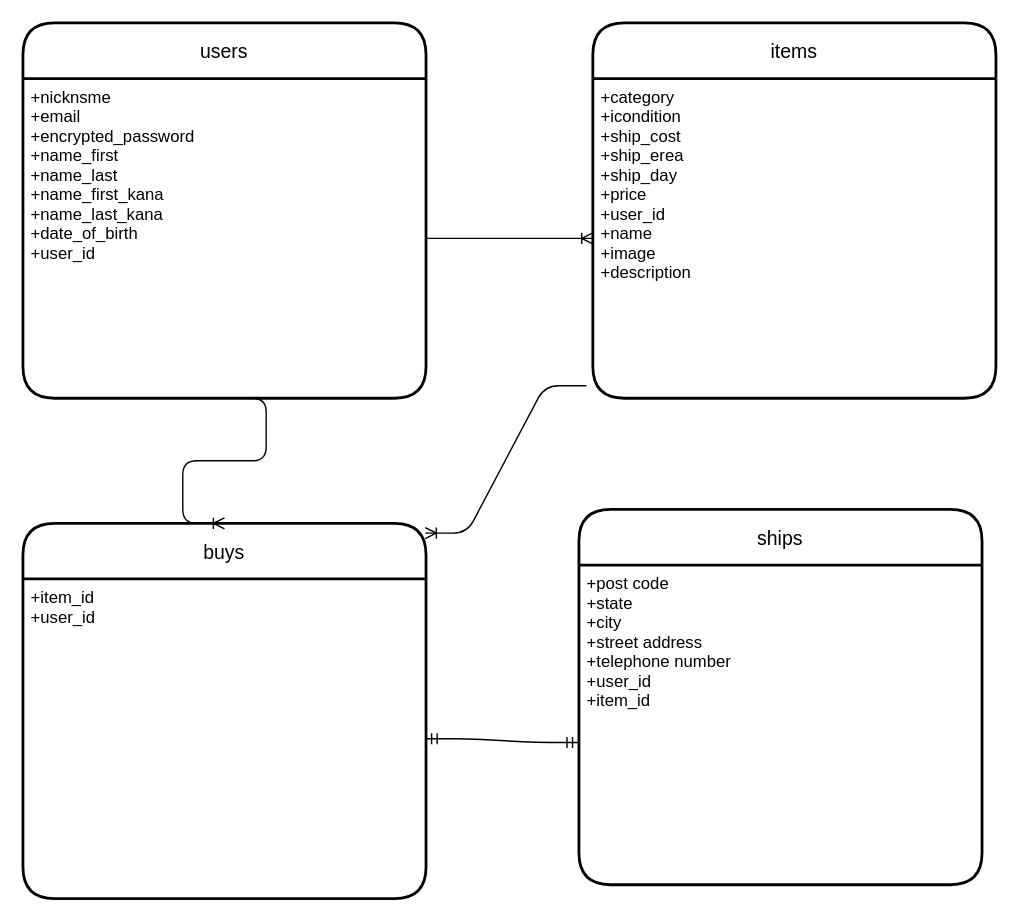
Before: furima.dio in komashige/furima-39825-k, a draw.io diagram. Source tidied: cells renumbered, new cells numbered last; positions are measured from the earlier drawing's top-left corner, leaving out a move shared by most shapes. Both pictures are drawn from the tidied source at 139%, with x=0, y=0 at pixel (22, 22).
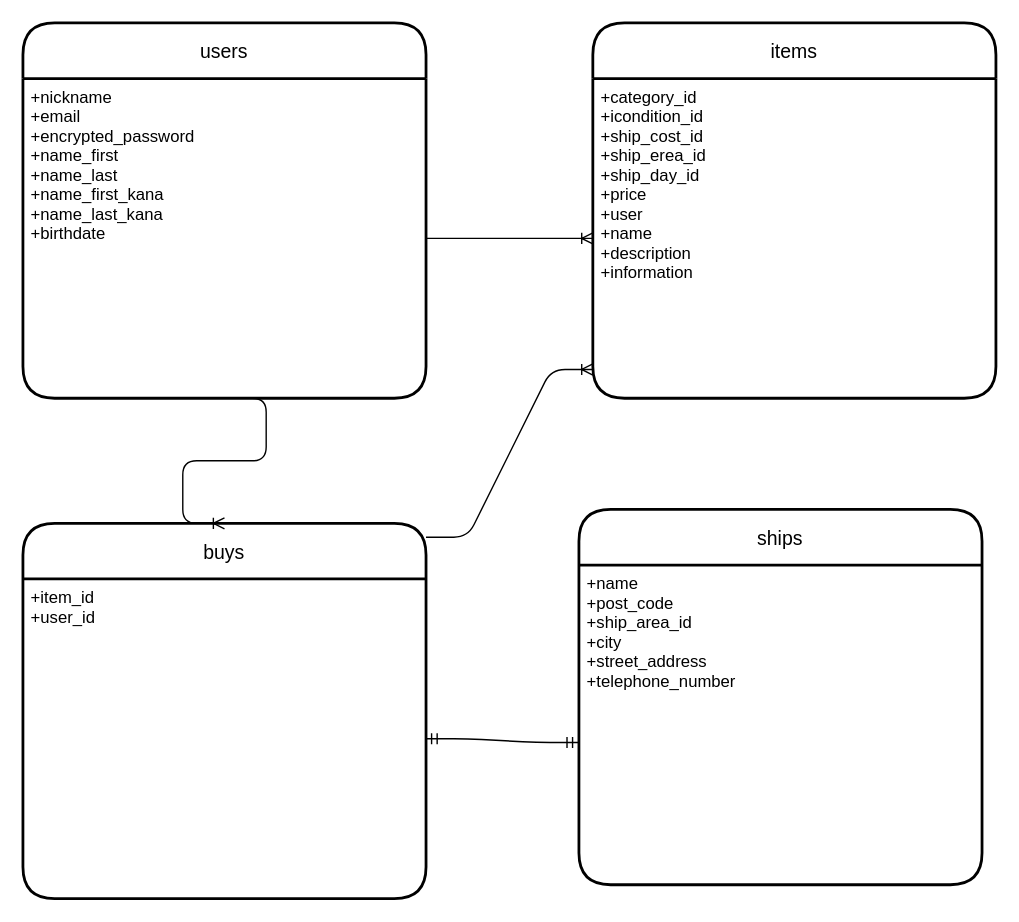
After the change.

Commit message (it also covers changes not shown here):
ER図、データベース設計３回目

What changed in the source:
```diff
@@
 <mxGraphModel>
   <root>
     <mxCell id="0" />
     <mxCell id="1" parent="0" />
     <mxCell id="2" value="users" style="swimlane;horizontal=1;startSize=40;rounded=1;fontSize=14;fontStyle=0;strokeWidth=2;shadow=0;dashed=0;align=center;arcSize=19;" parent="1" vertex="1">
       <mxGeometry width="290" height="270" as="geometry" />
     </mxCell>
-    <mxCell id="3" value="+nicknsme&#10;+email&#10;+encrypted_password&#10;+name_first&#10;+name_last&#10;+name_first_kana&#10;+name_last_kana&#10;+date_of_birth&#10;+user_id" style="align=left;strokeColor=none;fillColor=none;spacingLeft=4;fontSize=12;verticalAlign=top;" parent="2" vertex="1">
+    <mxCell id="3" value="+nickname&#10;+email&#10;+encrypted_password&#10;+name_first&#10;+name_last&#10;+name_first_kana&#10;+name_last_kana&#10;+birthdate" style="align=left;strokeColor=none;fillColor=none;spacingLeft=4;fontSize=12;verticalAlign=top;" parent="2" vertex="1">
       <mxGeometry y="40" width="290" height="230" as="geometry" />
     </mxCell>
     <mxCell id="4" value="items" style="swimlane;horizontal=1;startSize=40;rounded=1;fontSize=14;fontStyle=0;strokeWidth=2;shadow=0;dashed=0;align=center;arcSize=19;" parent="1" vertex="1">
       <mxGeometry x="410" width="290" height="270" as="geometry" />
     </mxCell>
-    <mxCell id="5" value="+category&#10;+icondition&#10;+ship_cost&#10;+ship_erea&#10;+ship_day&#10;+price&#10;+user_id&#10;+name&#10;+image&#10;+description" style="align=left;strokeColor=none;fillColor=none;spacingLeft=4;fontSize=12;verticalAlign=top;" parent="4" vertex="1">
+    <mxCell id="5" value="+category_id&#10;+icondition_id&#10;+ship_cost_id&#10;+ship_erea_id&#10;+ship_day_id&#10;+price&#10;+user&#10;+name&#10;+description&#10;+information" style="align=left;strokeColor=none;fillColor=none;spacingLeft=4;fontSize=12;verticalAlign=top;" parent="4" vertex="1">
       <mxGeometry y="40" width="290" height="230" as="geometry" />
     </mxCell>
     <mxCell id="6" value="buys" style="swimlane;horizontal=1;startSize=40;rounded=1;fontSize=14;fontStyle=0;strokeWidth=2;shadow=0;dashed=0;align=center;arcSize=19;" parent="1" vertex="1">
       <mxGeometry y="360" width="290" height="270" as="geometry" />
     </mxCell>
     <mxCell id="7" value="+item_id&#10;+user_id" style="align=left;strokeColor=none;fillColor=none;spacingLeft=4;fontSize=12;verticalAlign=top;" parent="6" vertex="1">
       <mxGeometry y="40" width="290" height="230" as="geometry" />
     </mxCell>
     <mxCell id="8" value="ships" style="swimlane;horizontal=1;startSize=40;rounded=1;fontSize=14;fontStyle=0;strokeWidth=2;shadow=0;dashed=0;align=center;arcSize=19;" parent="1" vertex="1">
       <mxGeometry x="400" y="350" width="290" height="270" as="geometry" />
     </mxCell>
-    <mxCell id="9" value="+post code&#10;+state&#10;+city&#10;+street address&#10;+telephone number&#10;+user_id&#10;+item_id" style="align=left;strokeColor=none;fillColor=none;spacingLeft=4;fontSize=12;verticalAlign=top;" parent="8" vertex="1">
+    <mxCell id="9" value="+name&#10;+post_code&#10;+ship_area_id&#10;+city&#10;+street_address&#10;+telephone_number&#10;" style="align=left;strokeColor=none;fillColor=none;spacingLeft=4;fontSize=12;verticalAlign=top;" parent="8" vertex="1">
       <mxGeometry y="40" width="290" height="230" as="geometry" />
     </mxCell>
     <mxCell id="10" style="edgeStyle=entityRelationEdgeStyle;fontSize=12;html=1;endArrow=ERoneToMany;" parent="1" edge="1" source="3">
       <mxGeometry relative="1" as="geometry">
         <mxPoint x="410" y="155" as="targetPoint" />
       </mxGeometry>
     </mxCell>
     <mxCell id="11" style="edgeStyle=entityRelationEdgeStyle;fontSize=12;html=1;endArrow=ERoneToMany;exitX=0.5;exitY=1;exitDx=0;exitDy=0;entryX=0.5;entryY=0;entryDx=0;entryDy=0;" parent="1" edge="1" source="3" target="6">
       <mxGeometry relative="1" as="geometry" />
     </mxCell>
+    <mxCell id="13" style="edgeStyle=entityRelationEdgeStyle;fontSize=12;html=1;endArrow=ERmandOne;startArrow=ERmandOne;entryX=-0.002;entryY=0.555;entryDx=0;entryDy=0;entryPerimeter=0;" parent="1" edge="1" target="9">
+      <mxGeometry relative="1" as="geometry">
+        <mxPoint x="290" y="515" as="sourcePoint" />
+      </mxGeometry>
+    </mxCell>
-    <mxCell id="12" style="edgeStyle=entityRelationEdgeStyle;fontSize=12;html=1;endArrow=ERoneToMany;entryX=0.998;entryY=0.026;entryDx=0;entryDy=0;entryPerimeter=0;exitX=-0.016;exitY=0.961;exitDx=0;exitDy=0;exitPerimeter=0;" parent="1" edge="1" source="5" target="6">
+    <mxCell id="12" style="edgeStyle=entityRelationEdgeStyle;fontSize=12;html=1;endArrow=ERoneToMany;exitX=1;exitY=0.037;exitDx=0;exitDy=0;exitPerimeter=0;entryX=0;entryY=0.91;entryDx=0;entryDy=0;entryPerimeter=0;" parent="1" edge="1" source="6" target="5">
       <mxGeometry relative="1" as="geometry" />
     </mxCell>
-    <mxCell id="13" style="edgeStyle=entityRelationEdgeStyle;fontSize=12;html=1;endArrow=ERmandOne;startArrow=ERmandOne;entryX=-0.002;entryY=0.555;entryDx=0;entryDy=0;entryPerimeter=0;" parent="1" edge="1" target="9">
-      <mxGeometry relative="1" as="geometry">
-        <mxPoint x="290" y="515" as="sourcePoint" />
-      </mxGeometry>
-    </mxCell>
   </root>
 </mxGraphModel>
```
